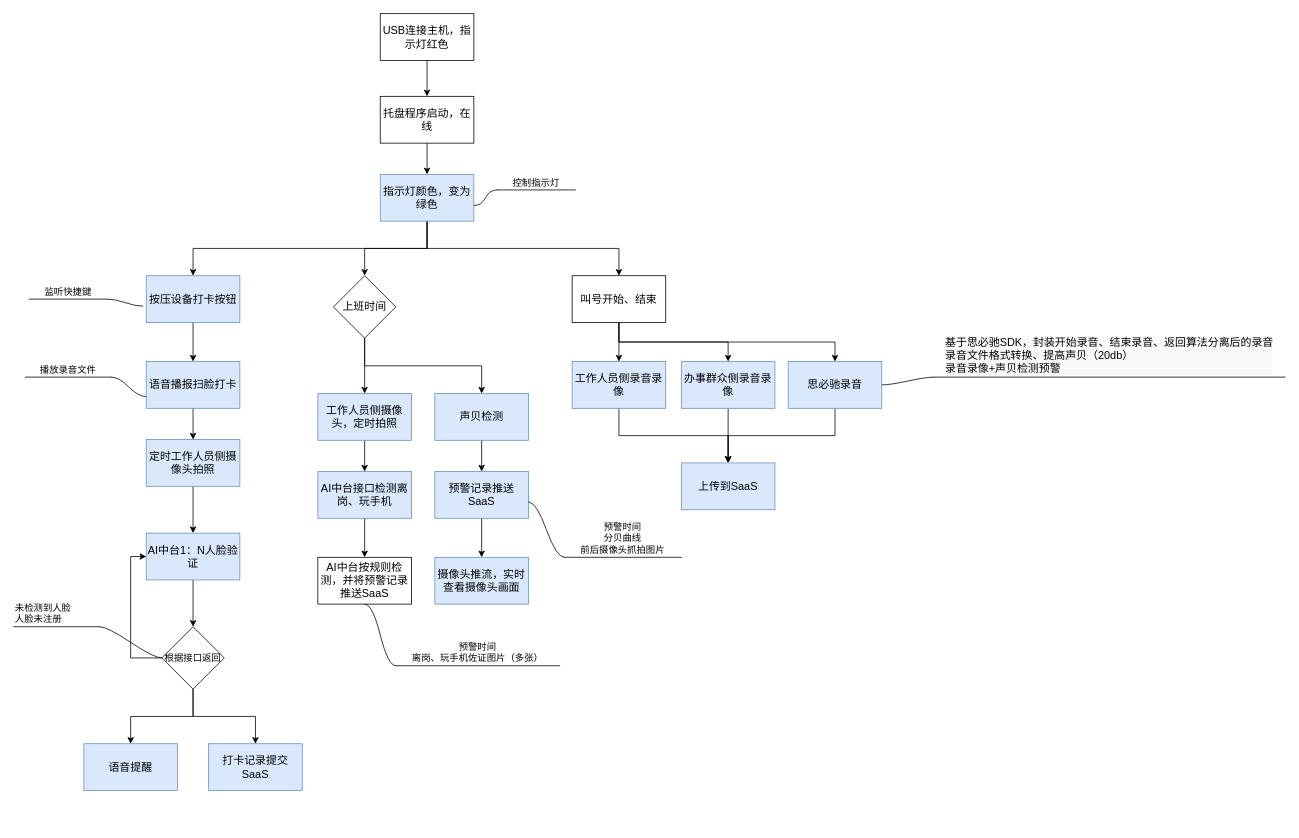
The draw.io diagram saas.drawio in J-Zhujj/drawio-files, before the edit. Source tidied: cells renumbered, new cells numbered last; positions are measured from the earlier drawing's top-left corner, leaving out a move shared by most shapes. Both pictures are drawn from the tidied source at 78%, with x=0, y=0 at pixel (13, 13).
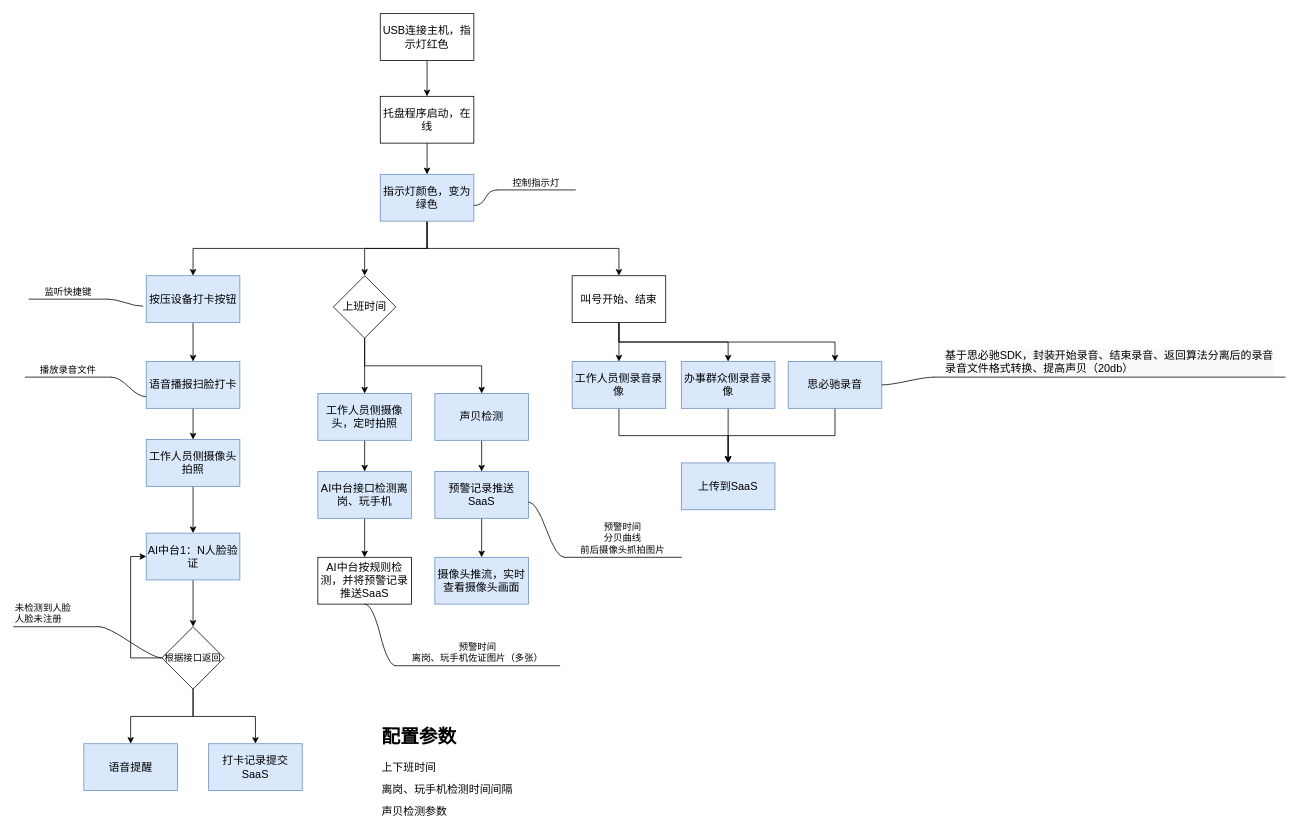
The same page after the edit.

The edit, as a diff of the source:
```diff
@@
-    <mxCell id="15" value="定时工作人员侧摄像头拍照" style="rounded=0;whiteSpace=wrap;html=1;fontFamily=阿里巴巴普惠体;fontSize=14;fillColor=#dae8fc;strokeColor=#6c8ebf;" parent="1" vertex="1">
+    <mxCell id="15" value="工作人员侧摄像头拍照" style="rounded=0;whiteSpace=wrap;html=1;fontFamily=阿里巴巴普惠体;fontSize=14;fillColor=#dae8fc;strokeColor=#6c8ebf;" parent="1" vertex="1">
       <mxGeometry x="170" y="546" width="120" height="60" as="geometry" />
     </mxCell>
@@
-    <mxCell id="60" value="&lt;div style=&quot;font-family: 阿里巴巴普惠体; font-size: 14px; text-align: left; background-color: rgb(248, 249, 250);&quot;&gt;基于思必驰SDK，封装开始录音、结束录音、返回算法分离后的录音&lt;/div&gt;&lt;div style=&quot;font-family: 阿里巴巴普惠体; font-size: 14px; text-align: left; background-color: rgb(248, 249, 250);&quot;&gt;录音文件格式转换、提高声贝（20db）&lt;/div&gt;&lt;div style=&quot;font-family: 阿里巴巴普惠体; font-size: 14px; text-align: left; background-color: rgb(248, 249, 250);&quot;&gt;录音录像+声贝检测预警&lt;/div&gt;" style="whiteSpace=wrap;html=1;shape=partialRectangle;top=0;left=0;bottom=1;right=0;points=[[0,1],[1,1]];fillColor=none;align=center;verticalAlign=bottom;routingCenterY=0.5;snapToPoint=1;newEdgeStyle={&quot;edgeStyle&quot;:&quot;entityRelationEdgeStyle&quot;,&quot;startArrow&quot;:&quot;none&quot;,&quot;endArrow&quot;:&quot;none&quot;,&quot;segment&quot;:10,&quot;curved&quot;:1,&quot;sourcePerimeterSpacing&quot;:0,&quot;targetPerimeterSpacing&quot;:0};" parent="1" vertex="1">
-      <mxGeometry x="1180" y="406" width="450" height="60" as="geometry" />
+    <mxCell id="60" value="&lt;div style=&quot;font-family: 阿里巴巴普惠体; font-size: 14px; text-align: left; background-color: rgb(248, 249, 250);&quot;&gt;基于思必驰SDK，封装开始录音、结束录音、返回算法分离后的录音&lt;/div&gt;&lt;div style=&quot;font-family: 阿里巴巴普惠体; font-size: 14px; text-align: left; background-color: rgb(248, 249, 250);&quot;&gt;录音文件格式转换、提高声贝（20db）&lt;/div&gt;" style="whiteSpace=wrap;html=1;shape=partialRectangle;top=0;left=0;bottom=1;right=0;points=[[0,1],[1,1]];fillColor=none;align=center;verticalAlign=bottom;routingCenterY=0.5;snapToPoint=1;newEdgeStyle={&quot;edgeStyle&quot;:&quot;entityRelationEdgeStyle&quot;,&quot;startArrow&quot;:&quot;none&quot;,&quot;endArrow&quot;:&quot;none&quot;,&quot;segment&quot;:10,&quot;curved&quot;:1,&quot;sourcePerimeterSpacing&quot;:0,&quot;targetPerimeterSpacing&quot;:0};" parent="1" vertex="1">
+      <mxGeometry x="1180" y="416" width="450" height="50" as="geometry" />
     </mxCell>
@@
+    <mxCell id="62" value="&lt;h1 style=&quot;margin-top: 0px;&quot;&gt;配置参数&lt;/h1&gt;&lt;p&gt;&lt;font style=&quot;font-size: 14px;&quot;&gt;上下班时间&lt;/font&gt;&lt;/p&gt;&lt;p&gt;&lt;font style=&quot;font-size: 14px;&quot;&gt;离岗、玩手机检测时间间隔&lt;/font&gt;&lt;/p&gt;&lt;p&gt;&lt;font style=&quot;font-size: 14px;&quot;&gt;声贝检测参数&lt;/font&gt;&lt;/p&gt;&lt;p&gt;&lt;br&gt;&lt;/p&gt;" style="text;html=1;whiteSpace=wrap;overflow=hidden;rounded=0;" parent="1" vertex="1">
+      <mxGeometry x="470" y="906" width="180" height="130" as="geometry" />
+    </mxCell>
```
